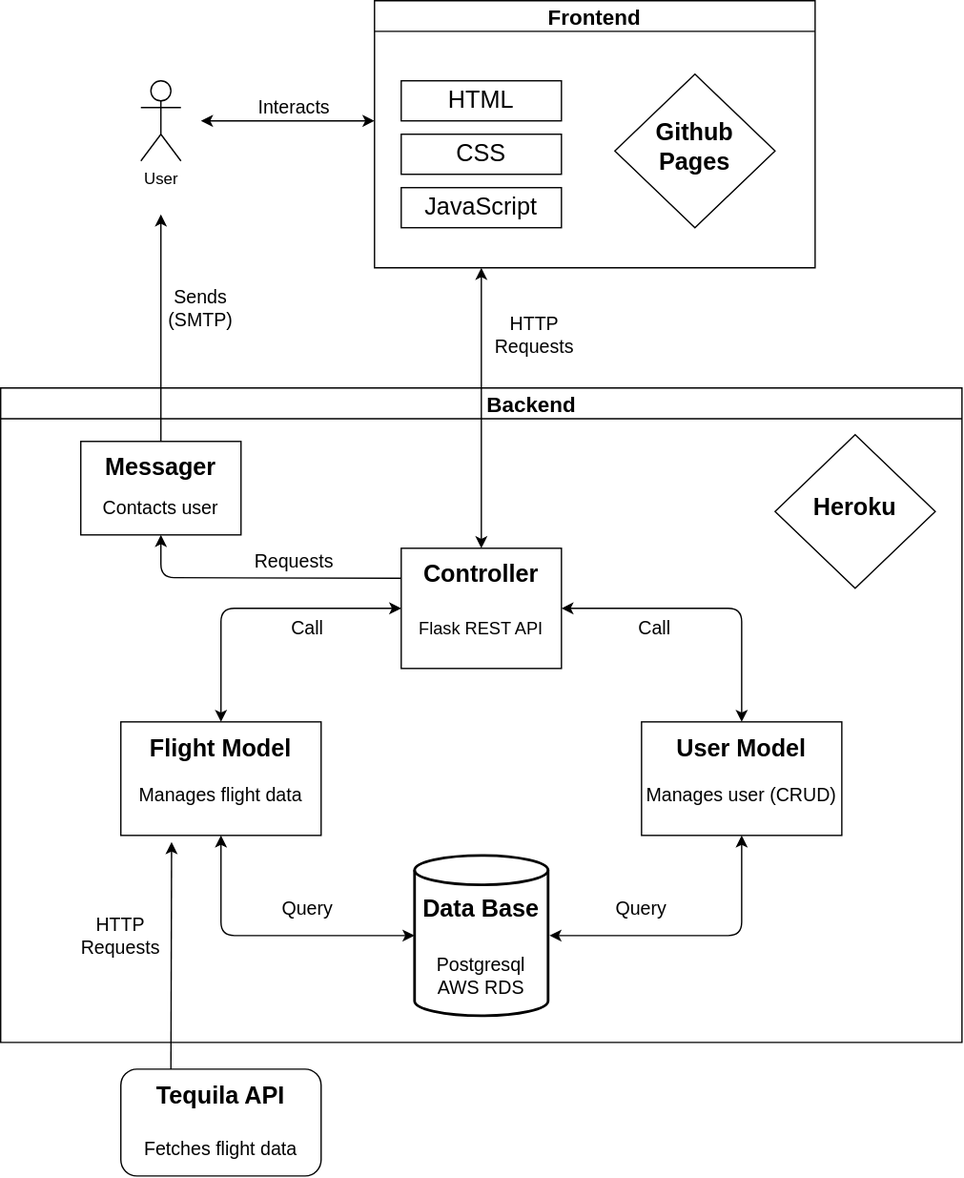
Before: g-flight-architecture.svg, a diagram exported from draw.io (guilevieiram/g_flight). Source tidied: cells renumbered, new cells last; positions are measured from the earlier drawing's top-left corner, leaving out a move shared by most shapes.
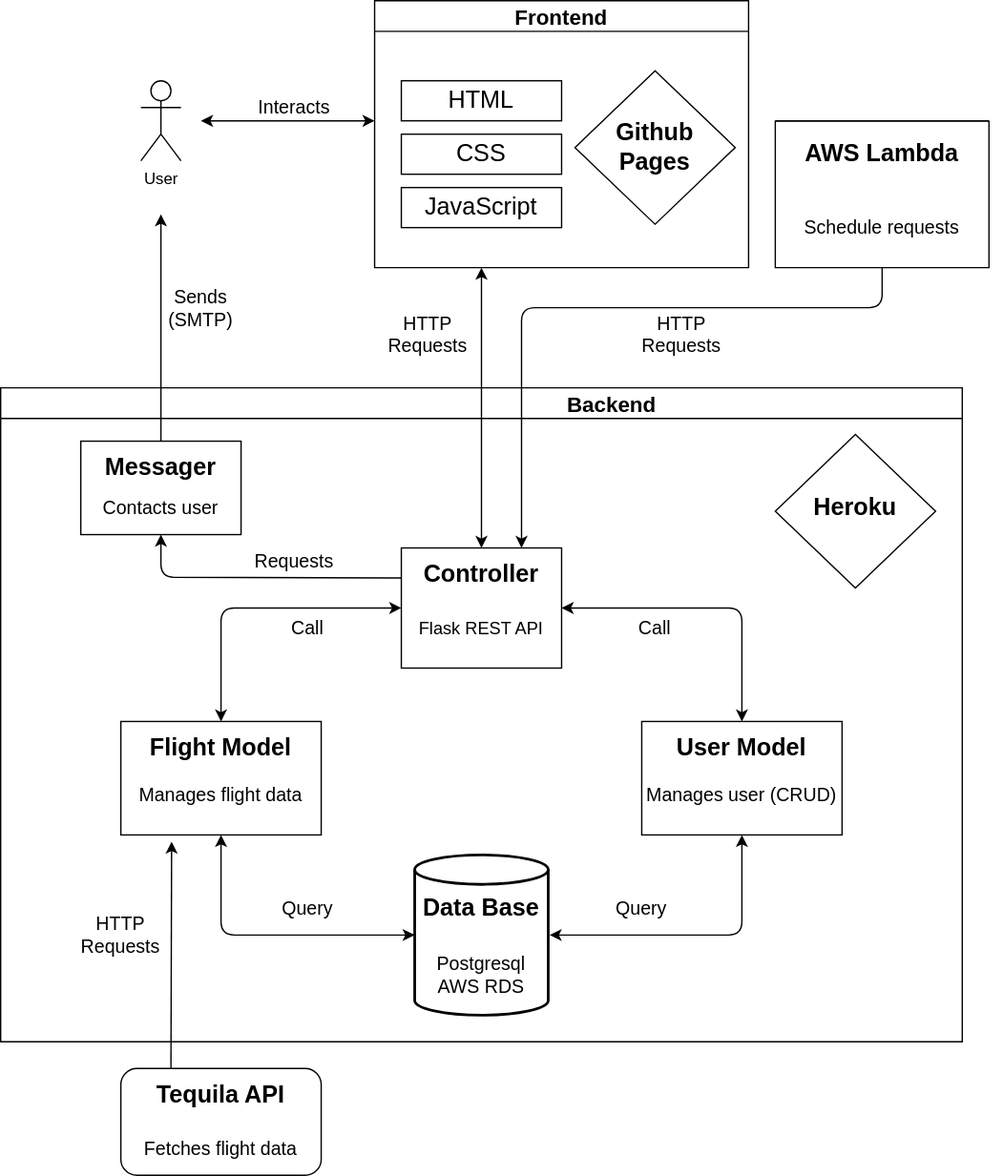
After the change.

Change to the diagram source:
```diff
@@ -1,4 +1,4 @@
-<mxGraphModel>
+<mxGraphModel background="#ffffff">
   <root>
     <mxCell id="0" />
     <mxCell id="1" parent="0" />
@@ -6,7 +6,7 @@
       <mxGeometry x="105" y="60" width="30" height="60" as="geometry" />
     </mxCell>
     <mxCell id="3" value="Frontend" style="swimlane;fontSize=16;" parent="1" vertex="1">
-      <mxGeometry x="280" width="330" height="200" as="geometry" />
+      <mxGeometry x="280" width="280" height="200" as="geometry" />
     </mxCell>
     <mxCell id="4" style="rounded=0;whiteSpace=wrap;html=1;fontSize=18;align=center;" parent="3" vertex="1">
       <mxGeometry x="20" y="60" width="120" height="30" as="geometry" />
@@ -27,12 +27,12 @@
       <mxGeometry x="60" y="145" width="40" height="20" as="geometry" />
     </mxCell>
     <mxCell id="10" style="rhombus;whiteSpace=wrap;html=1;fontSize=18;align=center;" parent="3" vertex="1">
-      <mxGeometry x="180" y="55" width="120" height="115" as="geometry" />
+      <mxGeometry x="150" y="52.5" width="120" height="115" as="geometry" />
     </mxCell>
     <mxCell id="11" value="&lt;div&gt;Github &lt;br&gt;&lt;/div&gt;&lt;div&gt;Pages&lt;/div&gt;" style="text;html=1;strokeColor=none;fillColor=none;align=center;verticalAlign=middle;whiteSpace=wrap;rounded=0;fontSize=18;fontStyle=1;" parent="3" vertex="1">
-      <mxGeometry x="220" y="100" width="40" height="20" as="geometry" />
+      <mxGeometry x="190" y="100" width="40" height="20" as="geometry" />
     </mxCell>
-    <mxCell id="12" value="                 Backend" style="swimlane;align=center;fontSize=16;" parent="1" vertex="1">
+    <mxCell id="12" value="                                            Backend" style="swimlane;align=center;fontSize=16;" parent="1" vertex="1">
       <mxGeometry y="290" width="720" height="490" as="geometry" />
     </mxCell>
     <mxCell id="13" style="rounded=0;whiteSpace=wrap;html=1;" parent="12" vertex="1">
@@ -175,10 +175,30 @@
       <mxGeometry x="130" y="220" width="40" height="20" as="geometry" />
     </mxCell>
     <mxCell id="49" value="HTTP Requests" style="text;html=1;strokeColor=none;fillColor=none;align=center;verticalAlign=middle;whiteSpace=wrap;rounded=0;fontSize=14;" parent="1" vertex="1">
-      <mxGeometry x="380" y="240" width="40" height="20" as="geometry" />
+      <mxGeometry x="300" y="240" width="40" height="20" as="geometry" />
     </mxCell>
     <mxCell id="50" value="Query" style="text;html=1;strokeColor=none;fillColor=none;align=center;verticalAlign=middle;whiteSpace=wrap;rounded=0;fontSize=14;" parent="1" vertex="1">
       <mxGeometry x="210" y="670" width="40" height="20" as="geometry" />
     </mxCell>
+    <mxCell id="51" style="swimlane;startSize=0;fontSize=14;align=center;" parent="1" vertex="1">
+      <mxGeometry x="580" y="90" width="160" height="110" as="geometry" />
+    </mxCell>
+    <mxCell id="52" value="AWS Lambda " style="text;html=1;strokeColor=none;fillColor=none;align=center;verticalAlign=middle;whiteSpace=wrap;rounded=0;fontSize=18;fontStyle=1;" parent="51" vertex="1">
+      <mxGeometry x="-10" y="15" width="180" height="20" as="geometry" />
+    </mxCell>
+    <mxCell id="53" value="Schedule requests" style="text;html=1;strokeColor=none;fillColor=none;align=center;verticalAlign=middle;whiteSpace=wrap;rounded=0;fontSize=14;" parent="51" vertex="1">
+      <mxGeometry x="20" y="70" width="120" height="20" as="geometry" />
+    </mxCell>
+    <mxCell id="54" style="endArrow=classic;html=1;fontSize=14;exitX=0.5;exitY=1;exitDx=0;exitDy=0;entryX=0.75;entryY=0;entryDx=0;entryDy=0;" parent="1" edge="1" source="51" target="13">
+      <mxGeometry relative="1" as="geometry">
+        <Array as="points">
+          <mxPoint x="660" y="230" />
+          <mxPoint x="390" y="230" />
+        </Array>
+      </mxGeometry>
+    </mxCell>
+    <mxCell id="55" value="HTTP Requests" style="text;html=1;strokeColor=none;fillColor=none;align=center;verticalAlign=middle;whiteSpace=wrap;rounded=0;fontSize=14;" parent="1" vertex="1">
+      <mxGeometry x="490" y="240" width="40" height="20" as="geometry" />
+    </mxCell>
   </root>
 </mxGraphModel>
```
